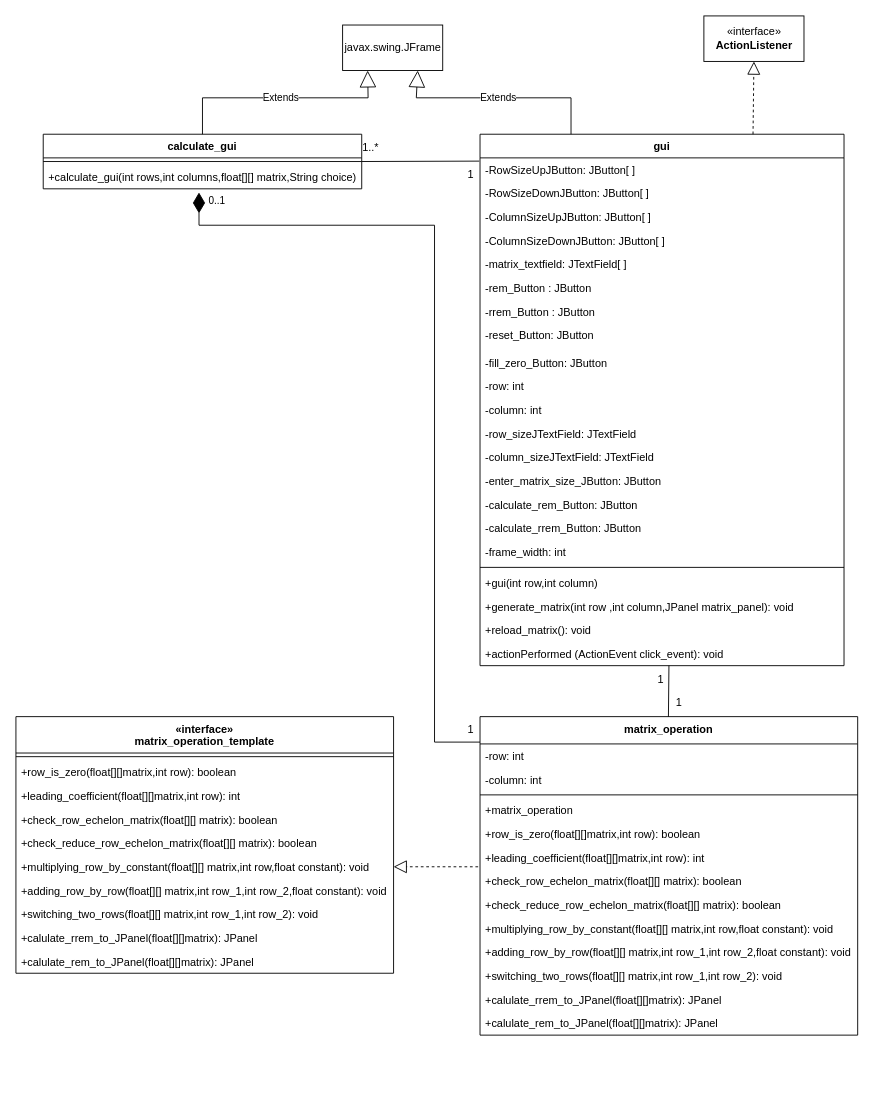
Earlier version of the draw.io diagram final/diagram/matrix_class_diagram.drawio (lsealedl/Row_Echelon_Matrix). Source tidied: cells renumbered, new cells numbered last; positions are measured from the earlier drawing's top-left corner, leaving out a move shared by most shapes. Both pictures are drawn from the tidied source at 91%, with x=0, y=0 at pixel (15, 15).
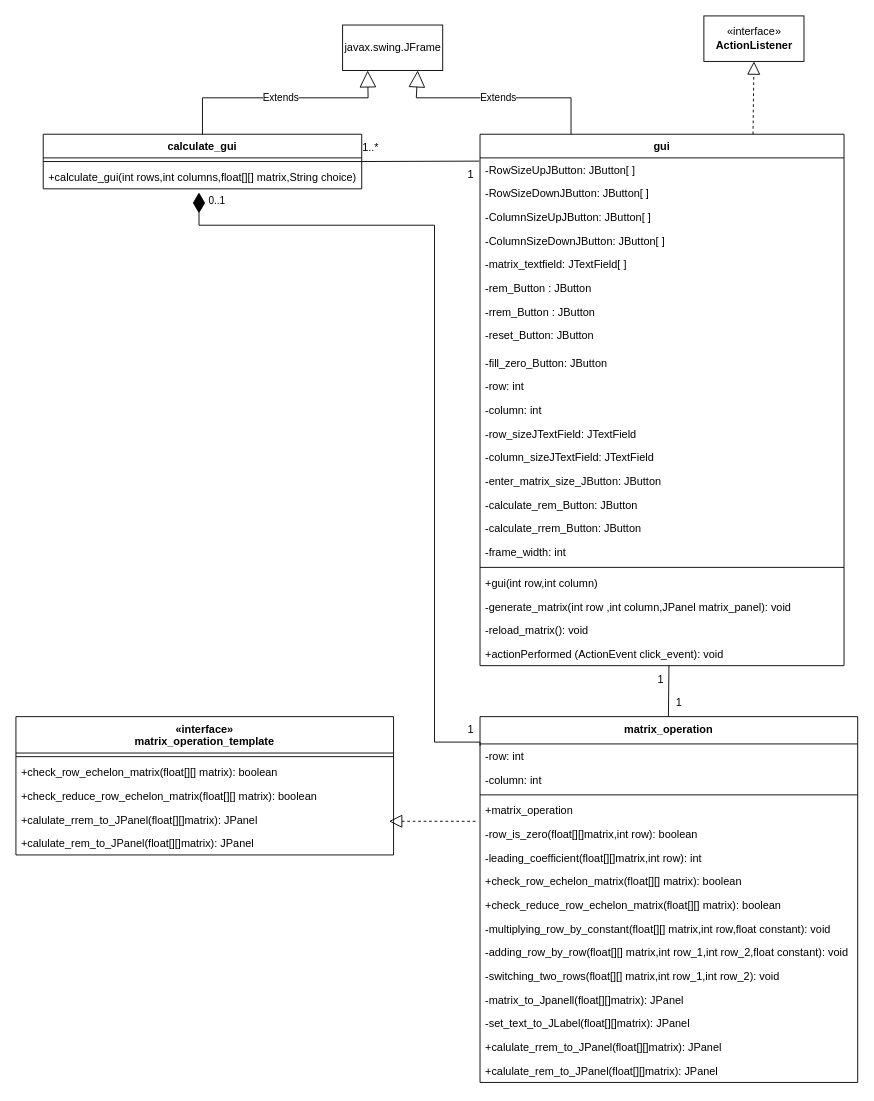
The same page after the edit.

Commit message (it also covers changes not shown here):
refactor + เขียน word กับ diagram ให้ตรงกับที่ refactor

Unchanged cells that the change refers to:
```xml
<mxCell id="2" value="gui" style="swimlane;fontStyle=1;align=center;verticalAlign=top;horizontal=1;startSize=26;rounded=0;shadow=0;strokeWidth=1;" parent="1" vertex="1">
  <mxGeometry x="510" y="130" width="400" height="584" as="geometry" />
</mxCell>
```

Diff of the diagram source:
```diff
@@
-    <mxCell id="22" value="+generate_matrix(int row ,int column,JPanel matrix_panel): void" style="text;align=left;verticalAlign=top;spacingLeft=4;spacingRight=4;overflow=hidden;rounded=0;shadow=0;html=0;" parent="2" vertex="1">
+    <mxCell id="22" value="-generate_matrix(int row ,int column,JPanel matrix_panel): void" style="text;align=left;verticalAlign=top;spacingLeft=4;spacingRight=4;overflow=hidden;rounded=0;shadow=0;html=0;" parent="2" vertex="1">
       <mxGeometry y="506" width="400" height="26" as="geometry" />
     </mxCell>
-    <mxCell id="23" value="+reload_matrix(): void" style="text;align=left;verticalAlign=top;spacingLeft=4;spacingRight=4;overflow=hidden;rounded=0;shadow=0;html=0;" parent="2" vertex="1">
+    <mxCell id="23" value="-reload_matrix(): void" style="text;align=left;verticalAlign=top;spacingLeft=4;spacingRight=4;overflow=hidden;rounded=0;shadow=0;html=0;" parent="2" vertex="1">
       <mxGeometry y="532" width="400" height="26" as="geometry" />
     </mxCell>
@@
-    <mxCell id="30" style="endArrow=block;dashed=1;endFill=0;endSize=12;html=1;rounded=0;entryX=1;entryY=0.5;entryDx=0;entryDy=0;exitX=-0.005;exitY=0.885;exitDx=0;exitDy=0;exitPerimeter=0;" parent="1" edge="1" source="54" target="43">
-      <mxGeometry relative="1" as="geometry" />
+    <mxCell id="30" style="endArrow=block;dashed=1;endFill=0;endSize=12;html=1;rounded=0;exitX=-0.012;exitY=-0.038;exitDx=0;exitDy=0;exitPerimeter=0;" parent="1" edge="1" source="53">
+      <mxGeometry relative="1" as="geometry">
+        <mxPoint x="410" y="885" as="targetPoint" />
+      </mxGeometry>
     </mxCell>
@@
     <mxCell id="37" value="«interface»&#10;matrix_operation_template" style="swimlane;fontStyle=1;align=center;verticalAlign=top;horizontal=1;startSize=40;" parent="1" vertex="1">
-      <mxGeometry y="770" width="415" height="282" as="geometry" />
+      <mxGeometry y="770" width="415" height="152" as="geometry" />
     </mxCell>
@@
-    <mxCell id="39" value="+row_is_zero(float[][]matrix,int row): boolean" style="text;strokeColor=none;fillColor=none;align=left;verticalAlign=top;spacingLeft=4;spacingRight=4;overflow=hidden;" parent="37" vertex="1">
-      <mxGeometry y="48" width="415" height="26" as="geometry" />
-    </mxCell>
-    <mxCell id="40" value="+leading_coefficient(float[][]matrix,int row): int" style="text;strokeColor=none;fillColor=none;align=left;verticalAlign=top;spacingLeft=4;spacingRight=4;overflow=hidden;" parent="37" vertex="1">
-      <mxGeometry y="74" width="415" height="26" as="geometry" />
-    </mxCell>
     <mxCell id="41" value="+check_row_echelon_matrix(float[][] matrix): boolean" style="text;strokeColor=none;fillColor=none;align=left;verticalAlign=top;spacingLeft=4;spacingRight=4;overflow=hidden;" parent="37" vertex="1">
-      <mxGeometry y="100" width="415" height="26" as="geometry" />
+      <mxGeometry y="48" width="415" height="26" as="geometry" />
     </mxCell>
     <mxCell id="42" value="+check_reduce_row_echelon_matrix(float[][] matrix): boolean" style="text;strokeColor=none;fillColor=none;align=left;verticalAlign=top;spacingLeft=4;spacingRight=4;overflow=hidden;" parent="37" vertex="1">
-      <mxGeometry y="126" width="415" height="26" as="geometry" />
+      <mxGeometry y="74" width="415" height="26" as="geometry" />
     </mxCell>
-    <mxCell id="43" value="+multiplying_row_by_constant(float[][] matrix,int row,float constant): void" style="text;strokeColor=none;fillColor=none;align=left;verticalAlign=top;spacingLeft=4;spacingRight=4;overflow=hidden;points=[[0,0.5],[1,0.5]];portConstraint=eastwest;" parent="37" vertex="1">
-      <mxGeometry y="152" width="415" height="26" as="geometry" />
-    </mxCell>
-    <mxCell id="44" value="+adding_row_by_row(float[][] matrix,int row_1,int row_2,float constant): void" style="text;strokeColor=none;fillColor=none;align=left;verticalAlign=top;spacingLeft=4;spacingRight=4;overflow=hidden;" parent="37" vertex="1">
-      <mxGeometry y="178" width="415" height="26" as="geometry" />
-    </mxCell>
-    <mxCell id="45" value="+switching_two_rows(float[][] matrix,int row_1,int row_2): void" style="text;strokeColor=none;fillColor=none;align=left;verticalAlign=top;spacingLeft=4;spacingRight=4;overflow=hidden;" parent="37" vertex="1">
-      <mxGeometry y="204" width="415" height="26" as="geometry" />
-    </mxCell>
     <mxCell id="46" value="+calulate_rrem_to_JPanel(float[][]matrix): JPanel" style="text;strokeColor=none;fillColor=none;align=left;verticalAlign=top;spacingLeft=4;spacingRight=4;overflow=hidden;" parent="37" vertex="1">
-      <mxGeometry y="230" width="415" height="26" as="geometry" />
+      <mxGeometry y="100" width="415" height="26" as="geometry" />
     </mxCell>
     <mxCell id="47" value="+calulate_rem_to_JPanel(float[][]matrix): JPanel" style="text;strokeColor=none;fillColor=none;align=left;verticalAlign=top;spacingLeft=4;spacingRight=4;overflow=hidden;" parent="37" vertex="1">
-      <mxGeometry y="256" width="415" height="26" as="geometry" />
+      <mxGeometry y="126" width="415" height="26" as="geometry" />
     </mxCell>
     <mxCell id="48" value="matrix_operation" style="swimlane;fontStyle=1;align=center;verticalAlign=top;horizontal=1;startSize=30;" parent="1" vertex="1">
-      <mxGeometry x="510" y="770" width="415" height="350" as="geometry" />
+      <mxGeometry x="510" y="770" width="415" height="402" as="geometry" />
     </mxCell>
@@
-    <mxCell id="53" value="+row_is_zero(float[][]matrix,int row): boolean" style="text;strokeColor=none;fillColor=none;align=left;verticalAlign=top;spacingLeft=4;spacingRight=4;overflow=hidden;points=[[0,0.5],[1,0.5]];portConstraint=eastwest;" parent="48" vertex="1">
+    <mxCell id="53" value="-row_is_zero(float[][]matrix,int row): boolean" style="text;strokeColor=none;fillColor=none;align=left;verticalAlign=top;spacingLeft=4;spacingRight=4;overflow=hidden;points=[[0,0.5],[1,0.5]];portConstraint=eastwest;" parent="48" vertex="1">
       <mxGeometry y="116" width="415" height="26" as="geometry" />
     </mxCell>
-    <mxCell id="54" value="+leading_coefficient(float[][]matrix,int row): int" style="text;strokeColor=none;fillColor=none;align=left;verticalAlign=top;spacingLeft=4;spacingRight=4;overflow=hidden;points=[[0,0.5],[1,0.5]];portConstraint=eastwest;" parent="48" vertex="1">
+    <mxCell id="54" value="-leading_coefficient(float[][]matrix,int row): int" style="text;strokeColor=none;fillColor=none;align=left;verticalAlign=top;spacingLeft=4;spacingRight=4;overflow=hidden;points=[[0,0.5],[1,0.5]];portConstraint=eastwest;" parent="48" vertex="1">
       <mxGeometry y="142" width="415" height="26" as="geometry" />
     </mxCell>
@@
-    <mxCell id="57" value="+multiplying_row_by_constant(float[][] matrix,int row,float constant): void" style="text;strokeColor=none;fillColor=none;align=left;verticalAlign=top;spacingLeft=4;spacingRight=4;overflow=hidden;" parent="48" vertex="1">
+    <mxCell id="57" value="-multiplying_row_by_constant(float[][] matrix,int row,float constant): void" style="text;strokeColor=none;fillColor=none;align=left;verticalAlign=top;spacingLeft=4;spacingRight=4;overflow=hidden;" parent="48" vertex="1">
       <mxGeometry y="220" width="415" height="26" as="geometry" />
     </mxCell>
-    <mxCell id="58" value="+adding_row_by_row(float[][] matrix,int row_1,int row_2,float constant): void" style="text;strokeColor=none;fillColor=none;align=left;verticalAlign=top;spacingLeft=4;spacingRight=4;overflow=hidden;" parent="48" vertex="1">
+    <mxCell id="58" value="-adding_row_by_row(float[][] matrix,int row_1,int row_2,float constant): void" style="text;strokeColor=none;fillColor=none;align=left;verticalAlign=top;spacingLeft=4;spacingRight=4;overflow=hidden;" parent="48" vertex="1">
       <mxGeometry y="246" width="415" height="26" as="geometry" />
     </mxCell>
-    <mxCell id="59" value="+switching_two_rows(float[][] matrix,int row_1,int row_2): void" style="text;strokeColor=none;fillColor=none;align=left;verticalAlign=top;spacingLeft=4;spacingRight=4;overflow=hidden;" parent="48" vertex="1">
+    <mxCell id="59" value="-switching_two_rows(float[][] matrix,int row_1,int row_2): void" style="text;strokeColor=none;fillColor=none;align=left;verticalAlign=top;spacingLeft=4;spacingRight=4;overflow=hidden;" parent="48" vertex="1">
       <mxGeometry y="272" width="415" height="26" as="geometry" />
     </mxCell>
+    <mxCell id="67" value="-matrix_to_Jpanell(float[][]matrix): JPanel" style="text;strokeColor=none;fillColor=none;align=left;verticalAlign=top;spacingLeft=4;spacingRight=4;overflow=hidden;" parent="48" vertex="1">
+      <mxGeometry y="298" width="415" height="26" as="geometry" />
+    </mxCell>
+    <mxCell id="68" value="-set_text_to_JLabel(float[][]matrix): JPanel" style="text;strokeColor=none;fillColor=none;align=left;verticalAlign=top;spacingLeft=4;spacingRight=4;overflow=hidden;" parent="48" vertex="1">
+      <mxGeometry y="324" width="415" height="26" as="geometry" />
+    </mxCell>
     <mxCell id="60" value="+calulate_rrem_to_JPanel(float[][]matrix): JPanel" style="text;strokeColor=none;fillColor=none;align=left;verticalAlign=top;spacingLeft=4;spacingRight=4;overflow=hidden;" parent="48" vertex="1">
-      <mxGeometry y="298" width="415" height="26" as="geometry" />
+      <mxGeometry y="350" width="415" height="26" as="geometry" />
     </mxCell>
     <mxCell id="61" value="+calulate_rem_to_JPanel(float[][]matrix): JPanel" style="text;strokeColor=none;fillColor=none;align=left;verticalAlign=top;spacingLeft=4;spacingRight=4;overflow=hidden;" parent="48" vertex="1">
-      <mxGeometry y="324" width="415" height="26" as="geometry" />
+      <mxGeometry y="376" width="415" height="26" as="geometry" />
     </mxCell>
```
